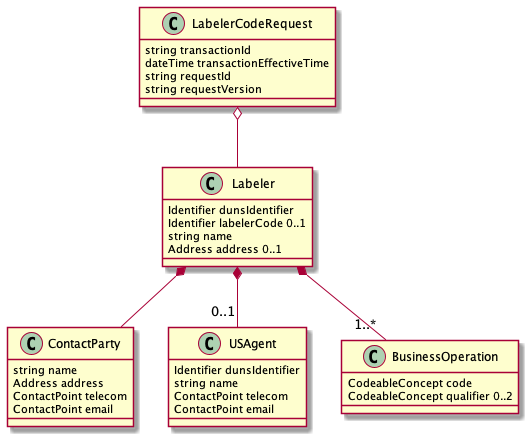
HL7/fhir-spl keeps this PlantUML diagram as input/images/LabelerCodeRequestLogicalModel.png. Above is the earlier version. Source of this version:
```plantuml
@startuml
class LabelerCodeRequest {
	string transactionId
	dateTime transactionEffectiveTime
	string requestId
	string requestVersion
}
LabelerCodeRequest o-- Labeler
class Labeler {
	Identifier dunsIdentifier
	Identifier labelerCode 0..1
	string name
	Address address 0..1
}
Labeler *-- ContactParty
class ContactParty {
	string name
	Address address
	ContactPoint telecom
	ContactPoint email
}
Labeler *-- "0..1" USAgent
class USAgent {
	Identifier dunsIdentifier
	string name
	ContactPoint telecom
	ContactPoint email
}
Labeler *-- "1..*" BusinessOperation
class BusinessOperation {
	CodeableConcept code
	CodeableConcept qualifier 0..2
}
@enduml
```
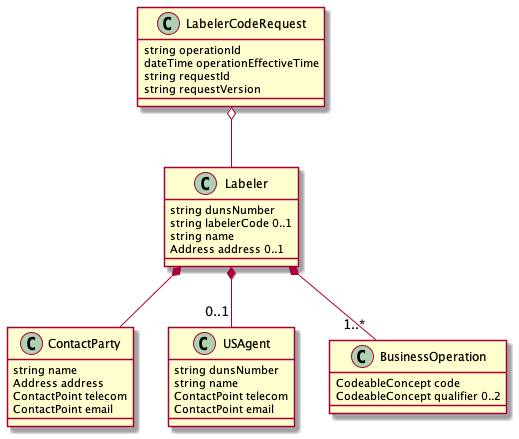
After the change.

What changed in the source:
```diff
@@ -1,14 +1,14 @@
 @startuml
 class LabelerCodeRequest {
-	string transactionId
-	dateTime transactionEffectiveTime
+	string operationId
+	dateTime operationEffectiveTime
 	string requestId
 	string requestVersion
 }
 LabelerCodeRequest o-- Labeler
 class Labeler {
-	Identifier dunsIdentifier
-	Identifier labelerCode 0..1
+	string dunsNumber
+	string labelerCode 0..1
 	string name
 	Address address 0..1
 }
@@ -21,7 +21,7 @@
 }
 Labeler *-- "0..1" USAgent
 class USAgent {
-	Identifier dunsIdentifier
+	string dunsNumber
 	string name
 	ContactPoint telecom
 	ContactPoint email
```
